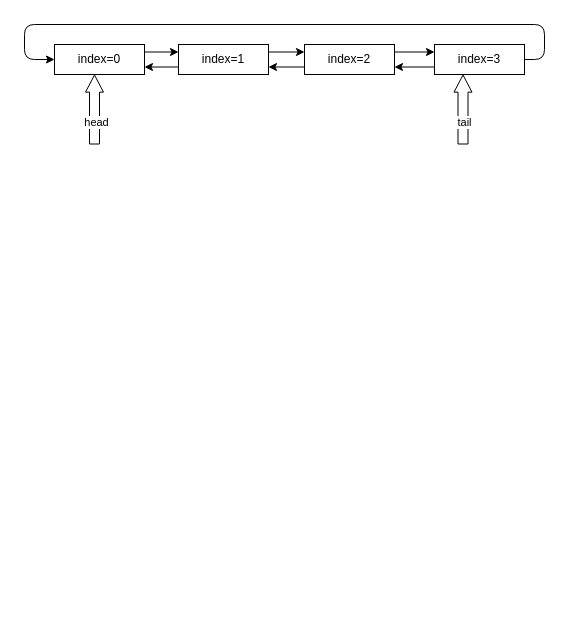
Lucy-In-Gitbub/Datastruct keeps this draw.io diagram as go/list/flow.drawio. Above is the earlier version. Source tidied: cells renumbered, new cells numbered last; positions are measured from the earlier drawing's top-left corner, leaving out a move shared by most shapes. Both pictures are drawn from the tidied source at 100%, with x=0, y=0 at pixel (24, 24).
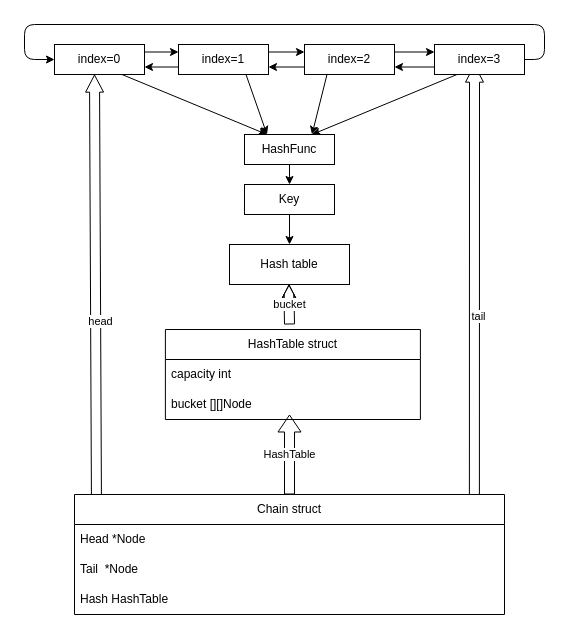
The same diagram, later.

The change refers to these unchanged cells:
```xml
<mxCell id="3" value="index=0" style="rounded=0;whiteSpace=wrap;html=1;" parent="1" vertex="1">
  <mxGeometry x="30" y="20" width="90" height="30" as="geometry" />
</mxCell>
<mxCell id="8" value="index=1" style="rounded=0;whiteSpace=wrap;html=1;" parent="1" vertex="1">
  <mxGeometry x="154" y="20" width="90" height="30" as="geometry" />
</mxCell>
<mxCell id="11" value="index=2" style="rounded=0;whiteSpace=wrap;html=1;" parent="1" vertex="1">
  <mxGeometry x="280" y="20" width="90" height="30" as="geometry" />
</mxCell>
<mxCell id="16" value="index=3" style="rounded=0;whiteSpace=wrap;html=1;" parent="1" vertex="1">
  <mxGeometry x="410" y="20" width="90" height="30" as="geometry" />
</mxCell>
```

Diff of the diagram source:
```diff
@@
+    <mxCell id="17" style="edgeStyle=none;html=1;exitX=0.75;exitY=1;exitDx=0;exitDy=0;entryX=0.25;entryY=0;entryDx=0;entryDy=0;" parent="1" edge="1" source="3" target="22">
+      <mxGeometry relative="1" as="geometry" />
+    </mxCell>
@@
-    <mxCell id="4" style="shape=flexArrow;endArrow=classic;html=1;endWidth=7;endSize=5.39;" parent="1" edge="1">
+    <mxCell id="4" style="shape=flexArrow;endArrow=classic;html=1;endWidth=7;endSize=5.39;exitX=0.051;exitY=0.017;exitDx=0;exitDy=0;exitPerimeter=0;" parent="1" edge="1" source="25">
       <mxGeometry relative="1" as="geometry">
-        <mxPoint x="70" y="120" as="sourcePoint" />
         <mxPoint x="70" y="50" as="targetPoint" />
       </mxGeometry>
     </mxCell>
     <mxCell id="5" value="head&lt;br&gt;" style="edgeLabel;html=1;align=center;verticalAlign=middle;" parent="4" vertex="1">
-      <mxGeometry x="-0.33" y="-1" relative="1" as="geometry" />
+      <mxGeometry x="-0.33" y="-1" relative="1" as="geometry">
+        <mxPoint x="3" y="-35" as="offset" />
+      </mxGeometry>
     </mxCell>
@@
+    <mxCell id="18" style="edgeStyle=none;html=1;exitX=0.75;exitY=1;exitDx=0;exitDy=0;entryX=0.25;entryY=0;entryDx=0;entryDy=0;" parent="1" edge="1" source="8" target="22">
+      <mxGeometry relative="1" as="geometry" />
+    </mxCell>
@@
+    <mxCell id="19" style="edgeStyle=none;html=1;exitX=0.25;exitY=1;exitDx=0;exitDy=0;entryX=0.75;entryY=0;entryDx=0;entryDy=0;" parent="1" edge="1" source="11" target="22">
+      <mxGeometry relative="1" as="geometry" />
+    </mxCell>
@@
-    <mxCell id="12" style="shape=flexArrow;endArrow=classic;html=1;endWidth=7;endSize=5.39;" parent="1" edge="1">
+    <mxCell id="12" style="shape=flexArrow;endArrow=classic;html=1;endWidth=7;endSize=5.39;exitX=0.93;exitY=0.008;exitDx=0;exitDy=0;exitPerimeter=0;" parent="1" edge="1" source="25">
       <mxGeometry relative="1" as="geometry">
-        <mxPoint x="438.5" y="120" as="sourcePoint" />
-        <mxPoint x="438.5" y="50" as="targetPoint" />
+        <mxPoint x="450" y="40" as="targetPoint" />
       </mxGeometry>
     </mxCell>
     <mxCell id="13" value="tail" style="edgeLabel;html=1;align=center;verticalAlign=middle;" parent="12" vertex="1">
-      <mxGeometry x="-0.33" y="-1" relative="1" as="geometry" />
+      <mxGeometry x="-0.33" y="-1" relative="1" as="geometry">
+        <mxPoint x="3" y="-35" as="offset" />
+      </mxGeometry>
     </mxCell>
@@
+    <mxCell id="20" style="edgeStyle=none;html=1;exitX=0.25;exitY=1;exitDx=0;exitDy=0;entryX=0.75;entryY=0;entryDx=0;entryDy=0;" parent="1" edge="1" source="16" target="22">
+      <mxGeometry relative="1" as="geometry" />
+    </mxCell>
@@
+    <mxCell id="21" style="edgeStyle=none;html=1;exitX=0.5;exitY=1;exitDx=0;exitDy=0;entryX=0.5;entryY=0;entryDx=0;entryDy=0;" parent="1" edge="1" source="22" target="24">
+      <mxGeometry relative="1" as="geometry" />
+    </mxCell>
+    <mxCell id="22" value="HashFunc" style="rounded=0;whiteSpace=wrap;html=1;" parent="1" vertex="1">
+      <mxGeometry x="220" y="110" width="90" height="30" as="geometry" />
+    </mxCell>
+    <mxCell id="23" style="edgeStyle=none;html=1;exitX=0.5;exitY=1;exitDx=0;exitDy=0;entryX=0.5;entryY=0;entryDx=0;entryDy=0;" parent="1" edge="1" source="24" target="29">
+      <mxGeometry relative="1" as="geometry" />
+    </mxCell>
+    <mxCell id="24" value="Key" style="rounded=0;whiteSpace=wrap;html=1;" parent="1" vertex="1">
+      <mxGeometry x="220" y="160" width="90" height="30" as="geometry" />
+    </mxCell>
+    <mxCell id="25" value="Chain struct" style="swimlane;fontStyle=0;horizontal=1;startSize=30;whiteSpace=wrap;html=1;" parent="1" vertex="1">
+      <mxGeometry x="50" y="470" width="430" height="120" as="geometry" />
+    </mxCell>
+    <mxCell id="26" value="Head *Node" style="text;strokeColor=none;fillColor=none;align=left;verticalAlign=middle;spacingLeft=4;spacingRight=4;overflow=hidden;whiteSpace=wrap;html=1;" parent="25" vertex="1">
+      <mxGeometry y="30" width="430" height="30" as="geometry" />
+    </mxCell>
+    <mxCell id="27" value="Tail&amp;nbsp; *Node" style="text;strokeColor=none;fillColor=none;align=left;verticalAlign=middle;spacingLeft=4;spacingRight=4;overflow=hidden;whiteSpace=wrap;html=1;" parent="25" vertex="1">
+      <mxGeometry y="60" width="430" height="30" as="geometry" />
+    </mxCell>
+    <mxCell id="28" value="Hash HashTable" style="text;strokeColor=none;fillColor=none;align=left;verticalAlign=middle;spacingLeft=4;spacingRight=4;overflow=hidden;whiteSpace=wrap;html=1;" parent="25" vertex="1">
+      <mxGeometry y="90" width="430" height="30" as="geometry" />
+    </mxCell>
+    <mxCell id="29" value="Hash table" style="rounded=0;whiteSpace=wrap;html=1;" parent="1" vertex="1">
+      <mxGeometry x="205" y="220" width="120" height="40" as="geometry" />
+    </mxCell>
+    <mxCell id="30" value="bucket" style="shape=flexArrow;endArrow=classic;html=1;endWidth=7;endSize=5.39;" parent="1" edge="1">
+      <mxGeometry relative="1" as="geometry">
+        <mxPoint x="265" y="300" as="sourcePoint" />
+        <mxPoint x="264.5" y="260" as="targetPoint" />
+        <Array as="points">
+          <mxPoint x="264.5" y="270" />
+        </Array>
+      </mxGeometry>
+    </mxCell>
+    <mxCell id="31" value="HashTable struct" style="swimlane;fontStyle=0;horizontal=1;startSize=30;whiteSpace=wrap;html=1;" parent="1" vertex="1">
+      <mxGeometry x="140.9" y="305" width="255" height="90" as="geometry" />
+    </mxCell>
+    <mxCell id="32" value="capacity int" style="text;strokeColor=none;fillColor=none;align=left;verticalAlign=middle;spacingLeft=4;spacingRight=4;overflow=hidden;whiteSpace=wrap;html=1;" parent="31" vertex="1">
+      <mxGeometry y="30" width="255" height="30" as="geometry" />
+    </mxCell>
+    <mxCell id="33" value="bucket [][]Node" style="text;strokeColor=none;fillColor=none;align=left;verticalAlign=middle;spacingLeft=4;spacingRight=4;overflow=hidden;whiteSpace=wrap;html=1;" parent="31" vertex="1">
+      <mxGeometry y="60" width="255" height="30" as="geometry" />
+    </mxCell>
+    <mxCell id="34" value="HashTable" style="shape=flexArrow;endArrow=classic;html=1;endWidth=12;endSize=5.33;exitX=0.5;exitY=0;exitDx=0;exitDy=0;" parent="1" edge="1" source="25">
+      <mxGeometry relative="1" as="geometry">
+        <mxPoint x="265" y="390" as="targetPoint" />
+      </mxGeometry>
+    </mxCell>
```
